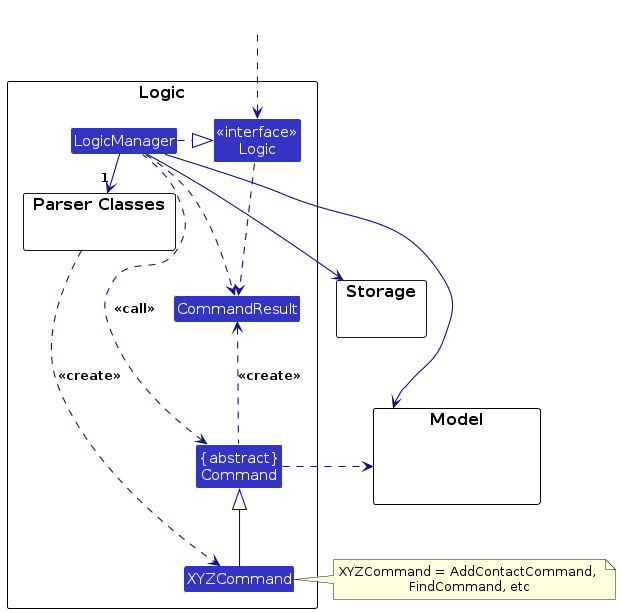
Above: diagrams/LogicClassDiagram.png in AY2526S2-CS2103T-T10-1/tp (PlantUML), before the change. Its source is kept beside it as diagrams/LogicClassDiagram.puml.
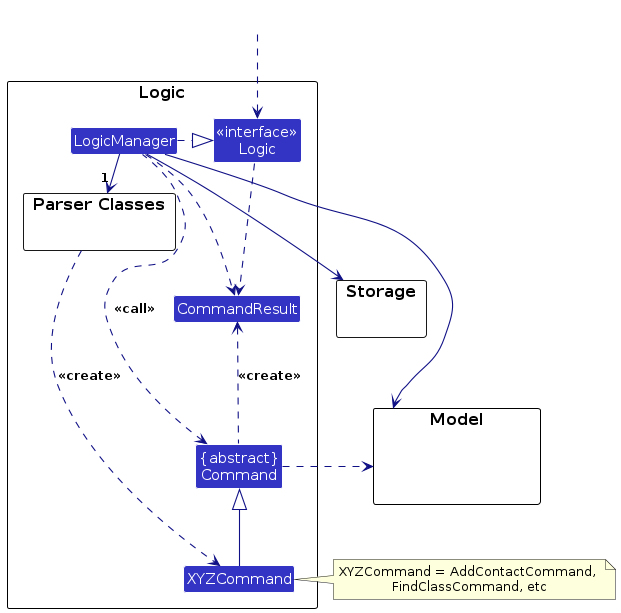
The same file after the commit.

Change to the diagram source:
```diff
@@ -39,7 +39,7 @@
 Storage --[hidden] Model
 Command .[hidden]up.> Storage
 Command .right.> Model
-note right of XYZCommand: XYZCommand = AddContactCommand, \nFindCommand, etc
+note right of XYZCommand: XYZCommand = AddContactCommand, \nFindClassCommand, etc
 
 Logic ..> CommandResult
 LogicManager .down.> CommandResult
```
